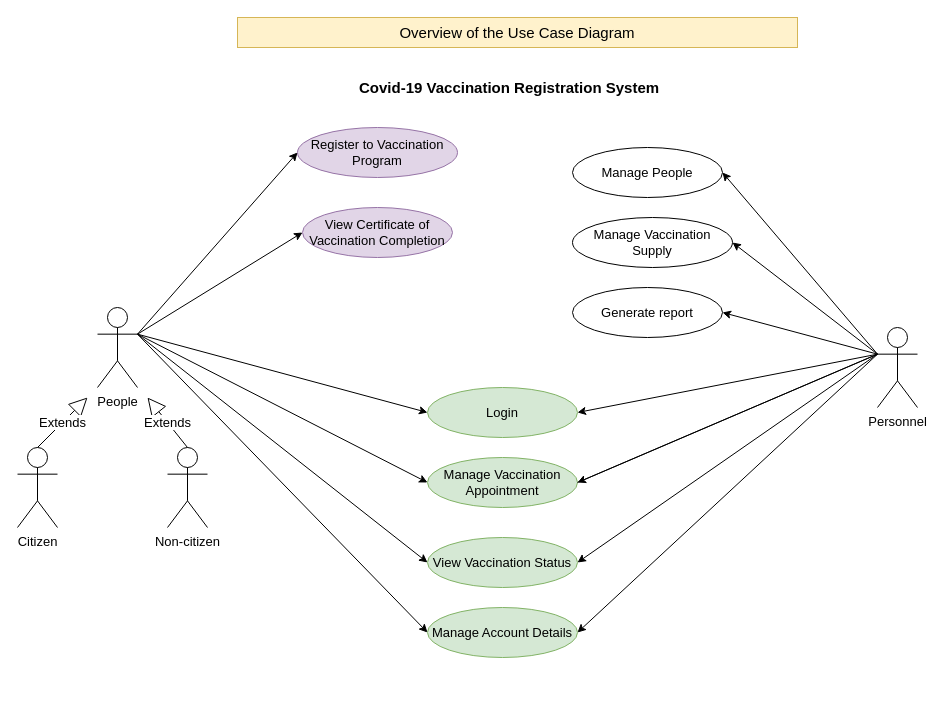
The draw.io diagram page "Page-4" (4 of 4) of Diagram/Use Case Diagram.drawio in lydia0423/Covid-19-Vaccination-Registration-System, before the edit. Source tidied: cells renumbered, new cells numbered last; positions are measured from the earlier drawing's top-left corner, leaving out a move shared by most shapes. Both pictures are drawn from the tidied source at 100%, with x=0, y=0 at pixel (17, 17).
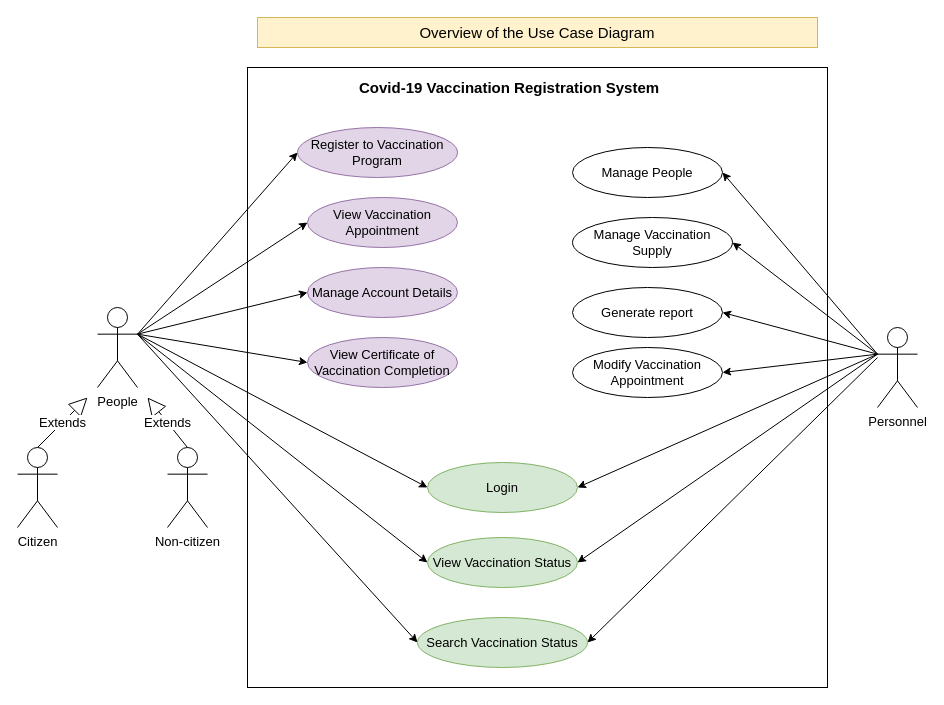
The same diagram, later.

The change refers to these unchanged cells:
```xml
<mxCell id="2" value="People" style="shape=umlActor;verticalLabelPosition=bottom;verticalAlign=top;html=1;fontSize=13;" parent="1" vertex="1">
  <mxGeometry x="80" y="290" width="40" height="80" as="geometry" />
</mxCell>
<mxCell id="6" value="Personnel" style="shape=umlActor;verticalLabelPosition=bottom;verticalAlign=top;html=1;fontSize=13;" parent="1" vertex="1">
  <mxGeometry x="860" y="310" width="40" height="80" as="geometry" />
</mxCell>
```

The edit, as a diff of the source:
```diff
@@
+    <mxCell id="33" style="rounded=0;whiteSpace=wrap;html=1;" parent="1" vertex="1">
+      <mxGeometry x="230" y="50" width="580" height="620" as="geometry" />
+    </mxCell>
@@
     <mxCell id="4" value="Login" style="ellipse;whiteSpace=wrap;html=1;fillColor=#d5e8d4;strokeColor=#82b366;fontSize=13;" parent="1" vertex="1">
-      <mxGeometry x="410" y="370" width="150" height="50" as="geometry" />
+      <mxGeometry x="410" y="445" width="150" height="50" as="geometry" />
     </mxCell>
-    <mxCell id="5" value="Manage Account Details" style="ellipse;whiteSpace=wrap;html=1;fillColor=#d5e8d4;strokeColor=#82b366;fontSize=13;" parent="1" vertex="1">
-      <mxGeometry x="410" y="590" width="150" height="50" as="geometry" />
+    <mxCell id="5" value="Manage Account Details" style="ellipse;whiteSpace=wrap;html=1;fillColor=#e1d5e7;strokeColor=#9673a6;fontSize=13;" parent="1" vertex="1">
+      <mxGeometry x="290" y="250" width="150" height="50" as="geometry" />
     </mxCell>
@@
     <mxCell id="10" value="View Certificate of Vaccination Completion" style="ellipse;whiteSpace=wrap;html=1;fillColor=#e1d5e7;strokeColor=#9673a6;fontSize=13;" parent="1" vertex="1">
-      <mxGeometry x="285" y="190" width="150" height="50" as="geometry" />
+      <mxGeometry x="290" y="320" width="150" height="50" as="geometry" />
     </mxCell>
@@
     <mxCell id="13" value="&lt;font style=&quot;font-size: 15px&quot;&gt;Overview of the Use Case Diagram&lt;/font&gt;" style="rounded=0;whiteSpace=wrap;html=1;fillColor=#fff2cc;strokeColor=#d6b656;" parent="1" vertex="1">
-      <mxGeometry x="220" width="560" height="30" as="geometry" />
+      <mxGeometry x="240" width="560" height="30" as="geometry" />
     </mxCell>
@@
-    <mxCell id="23" style="endArrow=classic;html=1;rounded=0;entryX=1;entryY=0.5;entryDx=0;entryDy=0;exitX=0;exitY=0.3333333333333333;exitDx=0;exitDy=0;exitPerimeter=0;fontSize=13;" parent="1" edge="1" source="6" target="28">
-      <mxGeometry relative="1" as="geometry" />
-    </mxCell>
@@
-    <mxCell id="25" style="endArrow=classic;html=1;rounded=0;exitX=0;exitY=0.3333333333333333;exitDx=0;exitDy=0;exitPerimeter=0;entryX=1;entryY=0.5;entryDx=0;entryDy=0;fontSize=13;" parent="1" edge="1" source="6" target="5">
-      <mxGeometry relative="1" as="geometry" />
-    </mxCell>
@@
-    <mxCell id="28" value="Manage Vaccination Appointment" style="ellipse;whiteSpace=wrap;html=1;fontSize=13;fillColor=#d5e8d4;strokeColor=#82b366;" parent="1" vertex="1">
-      <mxGeometry x="410" y="440" width="150" height="50" as="geometry" />
+    <mxCell id="28" value="View Vaccination Appointment" style="ellipse;whiteSpace=wrap;html=1;fontSize=13;fillColor=#e1d5e7;strokeColor=#9673a6;" parent="1" vertex="1">
+      <mxGeometry x="290" y="180" width="150" height="50" as="geometry" />
     </mxCell>
-    <mxCell id="29" style="endArrow=none;html=1;rounded=0;entryX=1;entryY=0.5;entryDx=0;entryDy=0;exitX=0;exitY=0.3333333333333333;exitDx=0;exitDy=0;exitPerimeter=0;fontSize=13;" parent="1" edge="1" source="6" target="28">
-      <mxGeometry relative="1" as="geometry" />
-    </mxCell>
@@
+    <mxCell id="34" value="Modify Vaccination Appointment" style="ellipse;whiteSpace=wrap;html=1;fontSize=13;" parent="1" vertex="1">
+      <mxGeometry x="555" y="330" width="150" height="50" as="geometry" />
+    </mxCell>
+    <mxCell id="35" style="endArrow=classic;html=1;rounded=0;exitX=0;exitY=0.3333333333333333;exitDx=0;exitDy=0;exitPerimeter=0;entryX=1;entryY=0.5;entryDx=0;entryDy=0;" parent="1" edge="1" source="6" target="34">
+      <mxGeometry relative="1" as="geometry" />
+    </mxCell>
+    <mxCell id="36" value="Search Vaccination Status" style="ellipse;whiteSpace=wrap;html=1;fillColor=#d5e8d4;strokeColor=#82b366;fontSize=13;" parent="1" vertex="1">
+      <mxGeometry x="400" y="600" width="170" height="50" as="geometry" />
+    </mxCell>
+    <mxCell id="37" style="endArrow=classic;html=1;rounded=0;exitX=1;exitY=0.3333333333333333;exitDx=0;exitDy=0;exitPerimeter=0;entryX=0;entryY=0.5;entryDx=0;entryDy=0;" parent="1" edge="1" source="2" target="36">
+      <mxGeometry relative="1" as="geometry" />
+    </mxCell>
+    <mxCell id="38" style="endArrow=classic;html=1;rounded=0;entryX=1;entryY=0.5;entryDx=0;entryDy=0;" parent="1" edge="1" target="36">
+      <mxGeometry relative="1" as="geometry">
+        <mxPoint x="860" y="340" as="sourcePoint" />
+      </mxGeometry>
+    </mxCell>
```
